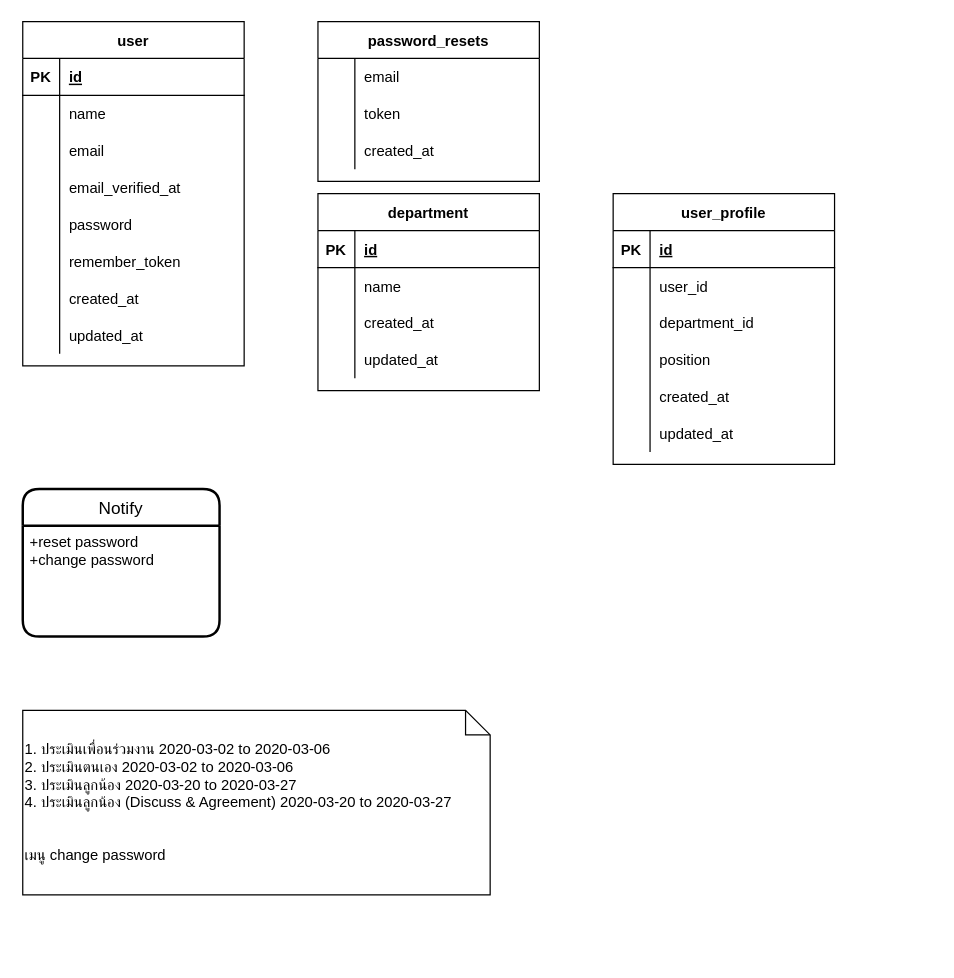
Before: page "User" (1 of 3) of Eva.drawio in gumpon/evatest, a draw.io diagram. Source tidied: cells renumbered, new cells numbered last; positions are measured from the earlier drawing's top-left corner, leaving out a move shared by most shapes. Both pictures are drawn from the tidied source at 123%, with x=0, y=0 at pixel (22, 21).
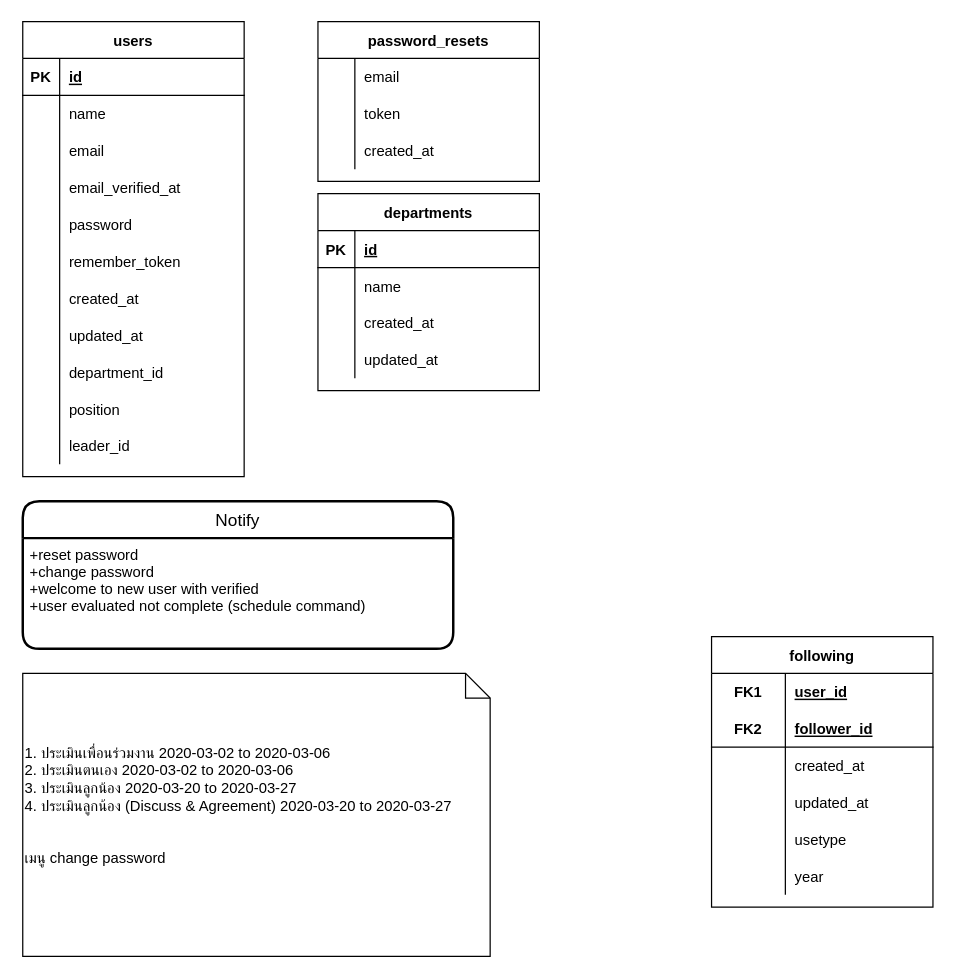
Above is the later version.

Diff of the diagram source:
```diff
@@
-    <mxCell id="2" value="user" style="shape=table;startSize=30;childLayout=tableLayout;rowLines=0;fontStyle=1;align=center;" parent="1" vertex="1">
-      <mxGeometry width="180" height="280" as="geometry" />
+    <mxCell id="2" value="users" style="shape=table;startSize=30;childLayout=tableLayout;rowLines=0;fontStyle=1;align=center;" parent="1" vertex="1">
+      <mxGeometry width="180" height="370" as="geometry" />
     </mxCell>
@@
+    <mxCell id="72" style="shape=partialRectangle;fillColor=none;top=0;left=0;bottom=0;right=0;" parent="2" vertex="1">
+      <mxGeometry y="270" width="180" height="30" as="geometry" />
+    </mxCell>
+    <mxCell id="73" style="shape=partialRectangle;fillColor=none;top=0;left=0;bottom=0;right=0;overflow=hidden;" parent="72" vertex="1">
+      <mxGeometry width="30" height="30" as="geometry" />
+    </mxCell>
+    <mxCell id="59" value="department_id" style="shape=partialRectangle;fillColor=none;top=0;left=0;bottom=0;right=0;align=left;spacingLeft=6;overflow=hidden;" parent="72" vertex="1">
+      <mxGeometry x="30" width="150" height="30" as="geometry" />
+    </mxCell>
+    <mxCell id="74" style="shape=partialRectangle;fillColor=none;top=0;left=0;bottom=0;right=0;" parent="2" vertex="1">
+      <mxGeometry y="300" width="180" height="30" as="geometry" />
+    </mxCell>
+    <mxCell id="75" style="shape=partialRectangle;fillColor=none;top=0;left=0;bottom=0;right=0;overflow=hidden;" parent="74" vertex="1">
+      <mxGeometry width="30" height="30" as="geometry" />
+    </mxCell>
+    <mxCell id="62" value="position" style="shape=partialRectangle;fillColor=none;top=0;left=0;bottom=0;right=0;align=left;spacingLeft=6;overflow=hidden;" parent="74" vertex="1">
+      <mxGeometry x="30" width="150" height="30" as="geometry" />
+    </mxCell>
+    <mxCell id="76" style="shape=partialRectangle;fillColor=none;top=0;left=0;bottom=0;right=0;" parent="2" vertex="1">
+      <mxGeometry y="330" width="180" height="30" as="geometry" />
+    </mxCell>
+    <mxCell id="77" style="shape=partialRectangle;fillColor=none;top=0;left=0;bottom=0;right=0;overflow=hidden;" parent="76" vertex="1">
+      <mxGeometry width="30" height="30" as="geometry" />
+    </mxCell>
+    <mxCell id="78" value="leader_id" style="shape=partialRectangle;fillColor=none;top=0;left=0;bottom=0;right=0;align=left;spacingLeft=6;overflow=hidden;" parent="76" vertex="1">
+      <mxGeometry x="30" width="150" height="30" as="geometry" />
+    </mxCell>
@@
-    <mxCell id="37" value="department" style="shape=table;startSize=30;childLayout=tableLayout;rowLines=0;fontStyle=1;align=center;" parent="1" vertex="1">
+    <mxCell id="37" value="departments" style="shape=table;startSize=30;childLayout=tableLayout;rowLines=0;fontStyle=1;align=center;" parent="1" vertex="1">
       <mxGeometry x="240" y="140" width="180" height="160" as="geometry" />
     </mxCell>
@@
-    <mxCell id="50" value="user_profile" style="shape=table;startSize=30;childLayout=tableLayout;rowLines=0;fontStyle=1;align=center;" parent="1" vertex="1">
-      <mxGeometry x="480" y="140" width="180" height="220" as="geometry" />
-    </mxCell>
-    <mxCell id="51" style="shape=partialRectangle;fillColor=none;top=0;left=0;bottom=1;right=0;" parent="50" vertex="1">
-      <mxGeometry y="30" width="180" height="30" as="geometry" />
-    </mxCell>
-    <mxCell id="52" value="PK" style="shape=partialRectangle;fillColor=none;top=0;left=0;bottom=0;right=0;fontStyle=1;overflow=hidden;" parent="51" vertex="1">
-      <mxGeometry width="30" height="30" as="geometry" />
-    </mxCell>
-    <mxCell id="53" value="id" style="shape=partialRectangle;fillColor=none;top=0;left=0;bottom=0;right=0;align=left;spacingLeft=6;fontStyle=5;overflow=hidden;" parent="51" vertex="1">
-      <mxGeometry x="30" width="150" height="30" as="geometry" />
-    </mxCell>
-    <mxCell id="54" style="shape=partialRectangle;fillColor=none;top=0;left=0;bottom=0;right=0;" parent="50" vertex="1">
-      <mxGeometry y="60" width="180" height="30" as="geometry" />
-    </mxCell>
-    <mxCell id="55" style="shape=partialRectangle;fillColor=none;top=0;left=0;bottom=0;right=0;overflow=hidden;" parent="54" vertex="1">
-      <mxGeometry width="30" height="30" as="geometry" />
-    </mxCell>
+    <mxCell id="71" value="&lt;div&gt;1. ประเมินเพื่อนร่วมงาน&lt;span&gt; &lt;/span&gt;2020-03-02 to 2020-03-06&lt;span&gt; &lt;/span&gt;&lt;/div&gt;&lt;div&gt;2. ประเมินตนเอง&lt;span&gt; &lt;/span&gt;2020-03-02 to 2020-03-06&lt;span&gt; &lt;/span&gt;&lt;/div&gt;&lt;div&gt;3. ประเมินลูกน้อง&lt;span&gt; &lt;/span&gt;2020-03-20 to 2020-03-27&lt;span&gt; &lt;/span&gt;&lt;/div&gt;&lt;div&gt;4. ประเมินลูกน้อง (Discuss &amp;amp; Agreement)&lt;span&gt; &lt;/span&gt;2020-03-20 to 2020-03-27&lt;/div&gt;&lt;div&gt;&lt;br&gt;&lt;/div&gt;&lt;div&gt;&lt;br&gt;&lt;/div&gt;&lt;div&gt;เมนู change password&lt;/div&gt;&lt;div&gt;&lt;br&gt;&lt;/div&gt;" style="shape=note;size=20;whiteSpace=wrap;html=1;align=left;" parent="1" vertex="1">
+      <mxGeometry y="530" width="380" height="230" as="geometry" />
+    </mxCell>
+    <mxCell id="79" value="following" style="shape=table;startSize=30;childLayout=tableLayout;rowLines=0;fontStyle=1;align=center;" parent="1" vertex="1">
+      <mxGeometry x="560" y="500" width="180" height="220" as="geometry" />
+    </mxCell>
+    <mxCell id="80" style="shape=partialRectangle;fillColor=none;top=0;left=0;bottom=0;right=0;" parent="79" vertex="1">
+      <mxGeometry y="30" width="180" height="30" as="geometry" />
+    </mxCell>
+    <mxCell id="81" value="FK1" style="shape=partialRectangle;fillColor=none;top=0;left=0;bottom=0;right=0;fontStyle=1;overflow=hidden;" parent="80" vertex="1">
+      <mxGeometry width="60" height="30" as="geometry" />
+    </mxCell>
-    <mxCell id="56" value="user_id" style="shape=partialRectangle;fillColor=none;top=0;left=0;bottom=0;right=0;align=left;spacingLeft=6;overflow=hidden;" parent="54" vertex="1">
-      <mxGeometry x="30" width="150" height="30" as="geometry" />
+    <mxCell id="56" value="user_id" style="shape=partialRectangle;fillColor=none;top=0;left=0;bottom=0;right=0;align=left;spacingLeft=6;fontStyle=5;overflow=hidden;" parent="80" vertex="1">
+      <mxGeometry x="60" width="120" height="30" as="geometry" />
     </mxCell>
+    <mxCell id="82" style="shape=partialRectangle;fillColor=none;top=0;left=0;bottom=1;right=0;" parent="79" vertex="1">
+      <mxGeometry y="60" width="180" height="30" as="geometry" />
+    </mxCell>
+    <mxCell id="83" value="FK2" style="shape=partialRectangle;fillColor=none;top=0;left=0;bottom=0;right=0;fontStyle=1;overflow=hidden;" parent="82" vertex="1">
+      <mxGeometry width="60" height="30" as="geometry" />
+    </mxCell>
+    <mxCell id="84" value="follower_id" style="shape=partialRectangle;fillColor=none;top=0;left=0;bottom=0;right=0;align=left;spacingLeft=6;fontStyle=5;overflow=hidden;" parent="82" vertex="1">
+      <mxGeometry x="60" width="120" height="30" as="geometry" />
+    </mxCell>
-    <mxCell id="57" style="shape=partialRectangle;fillColor=none;top=0;left=0;bottom=0;right=0;" parent="50" vertex="1">
+    <mxCell id="57" style="shape=partialRectangle;fillColor=none;top=0;left=0;bottom=0;right=0;" parent="79" vertex="1">
       <mxGeometry y="90" width="180" height="30" as="geometry" />
     </mxCell>
-    <mxCell id="58" style="shape=partialRectangle;fillColor=none;top=0;left=0;bottom=0;right=0;overflow=hidden;" parent="57" vertex="1">
-      <mxGeometry width="30" height="30" as="geometry" />
-    </mxCell>
-    <mxCell id="59" value="department_id" style="shape=partialRectangle;fillColor=none;top=0;left=0;bottom=0;right=0;align=left;spacingLeft=6;overflow=hidden;" parent="57" vertex="1">
-      <mxGeometry x="30" width="150" height="30" as="geometry" />
-    </mxCell>
+    <mxCell id="85" style="shape=partialRectangle;fillColor=none;top=0;left=0;bottom=0;right=0;overflow=hidden;" parent="57" vertex="1">
+      <mxGeometry width="60" height="30" as="geometry" />
+    </mxCell>
+    <mxCell id="65" value="created_at" style="shape=partialRectangle;fillColor=none;top=0;left=0;bottom=0;right=0;align=left;spacingLeft=6;overflow=hidden;" parent="57" vertex="1">
+      <mxGeometry x="60" width="120" height="30" as="geometry" />
+    </mxCell>
-    <mxCell id="60" style="shape=partialRectangle;fillColor=none;top=0;left=0;bottom=0;right=0;" parent="50" vertex="1">
+    <mxCell id="60" style="shape=partialRectangle;fillColor=none;top=0;left=0;bottom=0;right=0;" parent="79" vertex="1">
       <mxGeometry y="120" width="180" height="30" as="geometry" />
     </mxCell>
-    <mxCell id="61" style="shape=partialRectangle;fillColor=none;top=0;left=0;bottom=0;right=0;overflow=hidden;" parent="60" vertex="1">
-      <mxGeometry width="30" height="30" as="geometry" />
-    </mxCell>
-    <mxCell id="62" value="position" style="shape=partialRectangle;fillColor=none;top=0;left=0;bottom=0;right=0;align=left;spacingLeft=6;overflow=hidden;" parent="60" vertex="1">
-      <mxGeometry x="30" width="150" height="30" as="geometry" />
-    </mxCell>
+    <mxCell id="86" style="shape=partialRectangle;fillColor=none;top=0;left=0;bottom=0;right=0;overflow=hidden;" parent="60" vertex="1">
+      <mxGeometry width="60" height="30" as="geometry" />
+    </mxCell>
+    <mxCell id="68" value="updated_at" style="shape=partialRectangle;fillColor=none;top=0;left=0;bottom=0;right=0;align=left;spacingLeft=6;overflow=hidden;" parent="60" vertex="1">
+      <mxGeometry x="60" width="120" height="30" as="geometry" />
+    </mxCell>
-    <mxCell id="63" style="shape=partialRectangle;fillColor=none;top=0;left=0;bottom=0;right=0;" parent="50" vertex="1">
+    <mxCell id="63" style="shape=partialRectangle;fillColor=none;top=0;left=0;bottom=0;right=0;" parent="79" vertex="1">
       <mxGeometry y="150" width="180" height="30" as="geometry" />
     </mxCell>
-    <mxCell id="64" style="shape=partialRectangle;fillColor=none;top=0;left=0;bottom=0;right=0;overflow=hidden;" parent="63" vertex="1">
-      <mxGeometry width="30" height="30" as="geometry" />
-    </mxCell>
-    <mxCell id="65" value="created_at" style="shape=partialRectangle;fillColor=none;top=0;left=0;bottom=0;right=0;align=left;spacingLeft=6;overflow=hidden;" parent="63" vertex="1">
-      <mxGeometry x="30" width="150" height="30" as="geometry" />
-    </mxCell>
+    <mxCell id="87" style="shape=partialRectangle;fillColor=none;top=0;left=0;bottom=0;right=0;overflow=hidden;" parent="63" vertex="1">
+      <mxGeometry width="60" height="30" as="geometry" />
+    </mxCell>
+    <mxCell id="88" value="usetype" style="shape=partialRectangle;fillColor=none;top=0;left=0;bottom=0;right=0;align=left;spacingLeft=6;overflow=hidden;" parent="63" vertex="1">
+      <mxGeometry x="60" width="120" height="30" as="geometry" />
+    </mxCell>
-    <mxCell id="66" style="shape=partialRectangle;fillColor=none;top=0;left=0;bottom=0;right=0;" parent="50" vertex="1">
+    <mxCell id="66" style="shape=partialRectangle;fillColor=none;top=0;left=0;bottom=0;right=0;" parent="79" vertex="1">
       <mxGeometry y="180" width="180" height="30" as="geometry" />
     </mxCell>
-    <mxCell id="67" style="shape=partialRectangle;fillColor=none;top=0;left=0;bottom=0;right=0;overflow=hidden;" parent="66" vertex="1">
-      <mxGeometry width="30" height="30" as="geometry" />
-    </mxCell>
-    <mxCell id="68" value="updated_at" style="shape=partialRectangle;fillColor=none;top=0;left=0;bottom=0;right=0;align=left;spacingLeft=6;overflow=hidden;" parent="66" vertex="1">
-      <mxGeometry x="30" width="150" height="30" as="geometry" />
-    </mxCell>
+    <mxCell id="89" style="shape=partialRectangle;fillColor=none;top=0;left=0;bottom=0;right=0;overflow=hidden;" parent="66" vertex="1">
+      <mxGeometry width="60" height="30" as="geometry" />
+    </mxCell>
+    <mxCell id="90" value="year" style="shape=partialRectangle;fillColor=none;top=0;left=0;bottom=0;right=0;align=left;spacingLeft=6;overflow=hidden;" parent="66" vertex="1">
+      <mxGeometry x="60" width="120" height="30" as="geometry" />
+    </mxCell>
     <mxCell id="69" value="Notify" style="swimlane;horizontal=1;startSize=30;rounded=1;fontSize=14;fontStyle=0;strokeWidth=2;shadow=0;dashed=0;align=center;" parent="1" vertex="1">
-      <mxGeometry y="380" width="160" height="120" as="geometry" />
+      <mxGeometry y="390" width="350" height="120" as="geometry" />
     </mxCell>
-    <mxCell id="70" value="+reset password&#10;+change password&#10;" style="align=left;strokeColor=none;fillColor=none;spacingLeft=4;fontSize=12;verticalAlign=top;" parent="69" vertex="1">
-      <mxGeometry y="30" width="160" height="90" as="geometry" />
+    <mxCell id="70" value="+reset password&#10;+change password&#10;+welcome to new user with verified&#10;+user evaluated not complete (schedule command)&#10;" style="align=left;strokeColor=none;fillColor=none;spacingLeft=4;fontSize=12;verticalAlign=top;" parent="69" vertex="1">
+      <mxGeometry y="30" width="350" height="90" as="geometry" />
     </mxCell>
-    <mxCell id="71" value="&lt;div&gt;1. ประเมินเพื่อนร่วมงาน&lt;span&gt; &lt;/span&gt;2020-03-02 to 2020-03-06&lt;span&gt; &lt;/span&gt;&lt;/div&gt;&lt;div&gt;2. ประเมินตนเอง&lt;span&gt; &lt;/span&gt;2020-03-02 to 2020-03-06&lt;span&gt; &lt;/span&gt;&lt;/div&gt;&lt;div&gt;3. ประเมินลูกน้อง&lt;span&gt; &lt;/span&gt;2020-03-20 to 2020-03-27&lt;span&gt; &lt;/span&gt;&lt;/div&gt;&lt;div&gt;4. ประเมินลูกน้อง (Discuss &amp;amp; Agreement)&lt;span&gt; &lt;/span&gt;2020-03-20 to 2020-03-27&lt;/div&gt;&lt;div&gt;&lt;br&gt;&lt;/div&gt;&lt;div&gt;&lt;br&gt;&lt;/div&gt;&lt;div&gt;เมนู change password&lt;/div&gt;" style="shape=note;size=20;whiteSpace=wrap;html=1;align=left;" parent="1" vertex="1">
-      <mxGeometry y="560" width="380" height="150" as="geometry" />
-    </mxCell>
```
